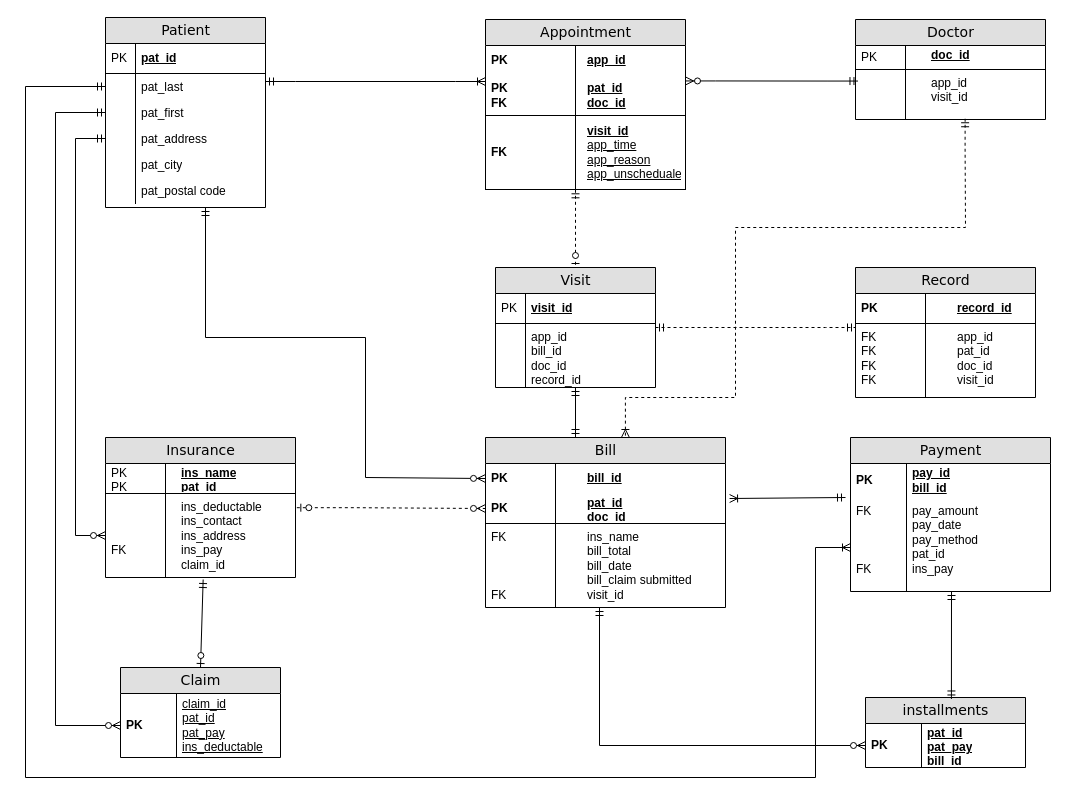
The draw.io diagram Untitled Diagram.drawio in mushyshah/Project-X, before the edit. Source tidied: cells renumbered, new cells numbered last; positions are measured from the earlier drawing's top-left corner, leaving out a move shared by most shapes. Both pictures are drawn from the tidied source at 100%, with x=0, y=0 at pixel (25, 17).
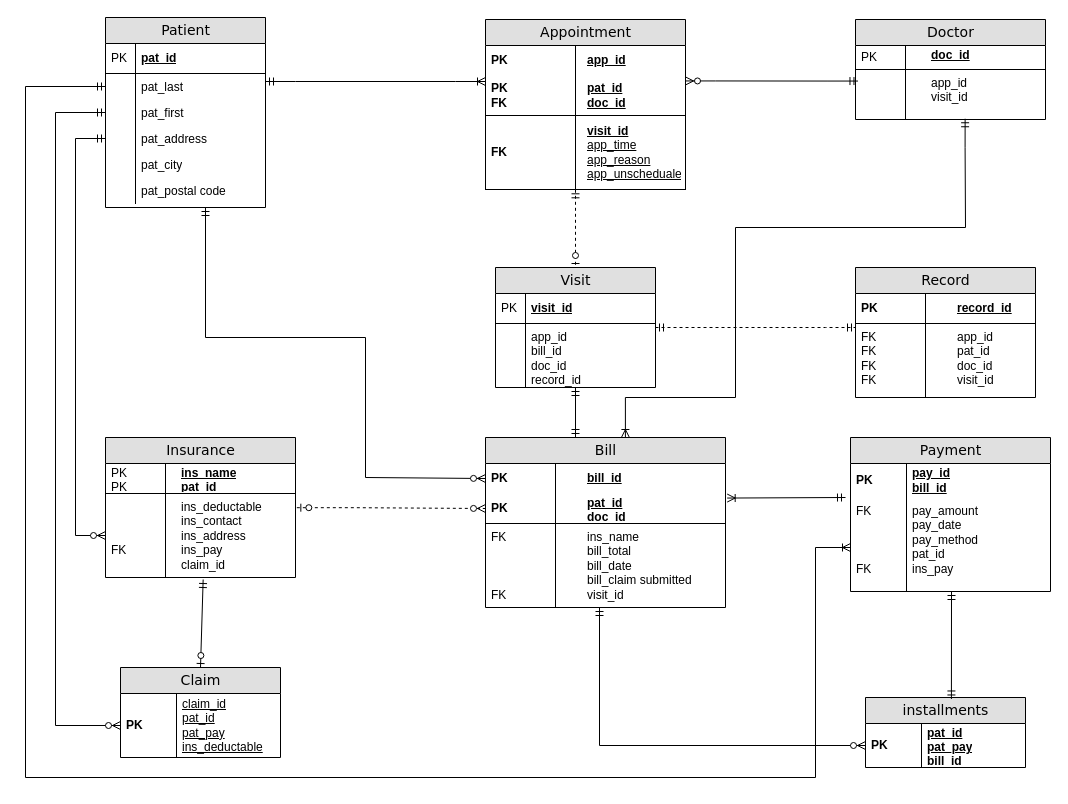
Above is the later version.

Unchanged cells that the change refers to:
```xml
<mxCell id="12" value="&lt;blockquote style=&quot;margin: 0 0 0 40px; border: none; padding: 0px;&quot;&gt;app_id&lt;/blockquote&gt;&lt;blockquote style=&quot;margin: 0 0 0 40px; border: none; padding: 0px;&quot;&gt;visit_id&lt;/blockquote&gt;&lt;blockquote style=&quot;margin: 0 0 0 40px; border: none; padding: 0px;&quot;&gt;&lt;br&gt;&lt;/blockquote&gt;" style="shape=partialRectangle;top=0;left=0;right=0;bottom=0;html=1;align=left;verticalAlign=top;fillColor=none;spacingLeft=34;spacingRight=4;whiteSpace=wrap;overflow=hidden;points=[[0,0.5],[1,0.5]];portConstraint=eastwest;" parent="9" vertex="1">
  <mxGeometry y="50" width="190" height="50" as="geometry" />
</mxCell>
<mxCell id="37" value="Bill" style="swimlane;html=1;fontStyle=0;horizontal=1;startSize=26;fillColor=#e0e0e0;swimlaneFillColor=#ffffff;align=center;rounded=0;shadow=0;comic=0;labelBackgroundColor=none;strokeWidth=1;fontFamily=Verdana;fontSize=14;" parent="1" vertex="1">
  <mxGeometry x="460" y="420" width="240" height="170" as="geometry" />
</mxCell>
<mxCell id="40" value="&lt;blockquote style=&quot;margin: 0 0 0 40px; border: none; padding: 0px;&quot;&gt;pat_id&lt;/blockquote&gt;&lt;blockquote style=&quot;margin: 0 0 0 40px; border: none; padding: 0px;&quot;&gt;doc_id&lt;/blockquote&gt;" style="shape=partialRectangle;top=0;left=0;right=0;bottom=1;html=1;align=left;verticalAlign=middle;fillColor=none;spacingLeft=60;spacingRight=4;whiteSpace=wrap;overflow=hidden;points=[[0,0.5],[1,0.5]];portConstraint=eastwest;fontStyle=5;" parent="37" vertex="1">
  <mxGeometry y="56" width="240" height="30" as="geometry" />
</mxCell>
```

Change to the diagram source:
```diff
@@
-    <mxCell id="62" style="fontSize=12;html=1;endArrow=ERoneToMany;startArrow=ERmandOne;rounded=0;entryX=1.017;entryY=0.167;entryDx=0;entryDy=0;entryPerimeter=0;" parent="1" edge="1" target="40">
+    <mxCell id="62" style="fontSize=12;html=1;endArrow=ERoneToMany;startArrow=ERmandOne;rounded=0;entryX=1.007;entryY=0.152;entryDx=0;entryDy=0;entryPerimeter=0;" parent="1" edge="1" target="40">
       <mxGeometry relative="1" as="geometry">
         <mxPoint x="820" y="480" as="sourcePoint" />
       </mxGeometry>
     </mxCell>
@@
-    <mxCell id="66" style="edgeStyle=orthogonalEdgeStyle;fontSize=12;html=1;endArrow=ERoneToMany;startArrow=ERmandOne;rounded=0;exitX=0.577;exitY=0.985;exitDx=0;exitDy=0;exitPerimeter=0;entryX=0.583;entryY=0;entryDx=0;entryDy=0;entryPerimeter=0;dashed=1;" parent="1" edge="1" source="12" target="37">
+    <mxCell id="66" style="edgeStyle=orthogonalEdgeStyle;fontSize=12;html=1;endArrow=ERoneToMany;startArrow=ERmandOne;rounded=0;exitX=0.577;exitY=0.985;exitDx=0;exitDy=0;exitPerimeter=0;entryX=0.583;entryY=0;entryDx=0;entryDy=0;entryPerimeter=0;" parent="1" edge="1" source="12" target="37">
       <mxGeometry relative="1" as="geometry">
         <Array as="points">
           <mxPoint x="940" y="130" />
           <mxPoint x="940" y="210" />
           <mxPoint x="710" y="210" />
           <mxPoint x="710" y="380" />
           <mxPoint x="600" y="380" />
         </Array>
       </mxGeometry>
     </mxCell>
```
